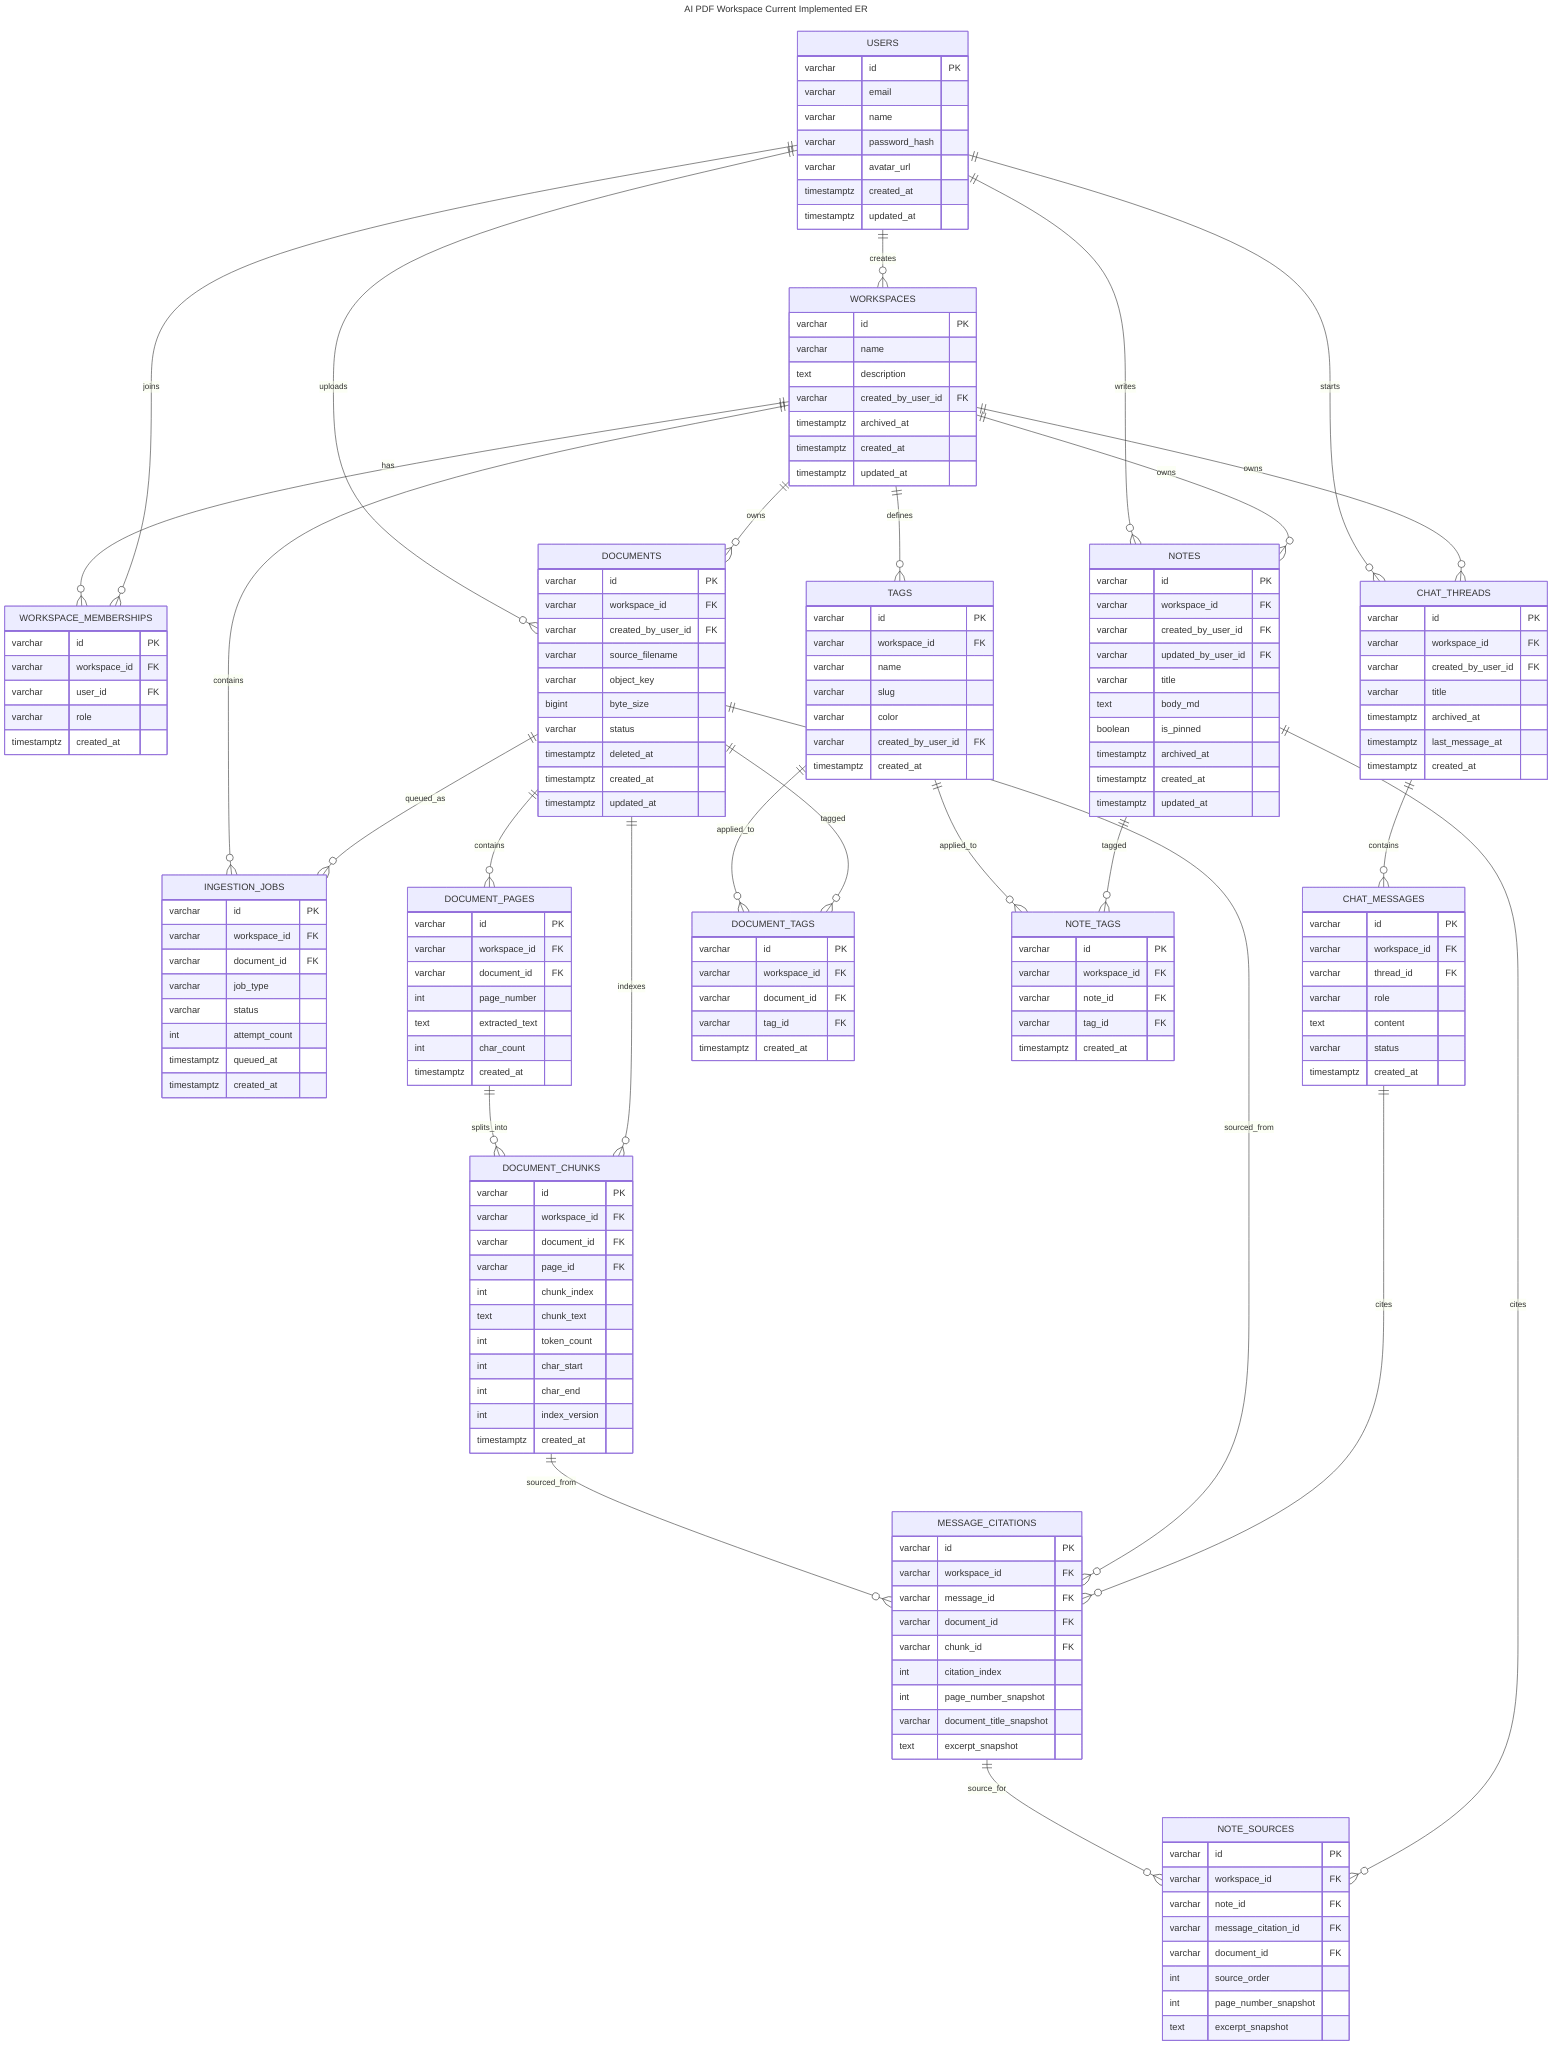
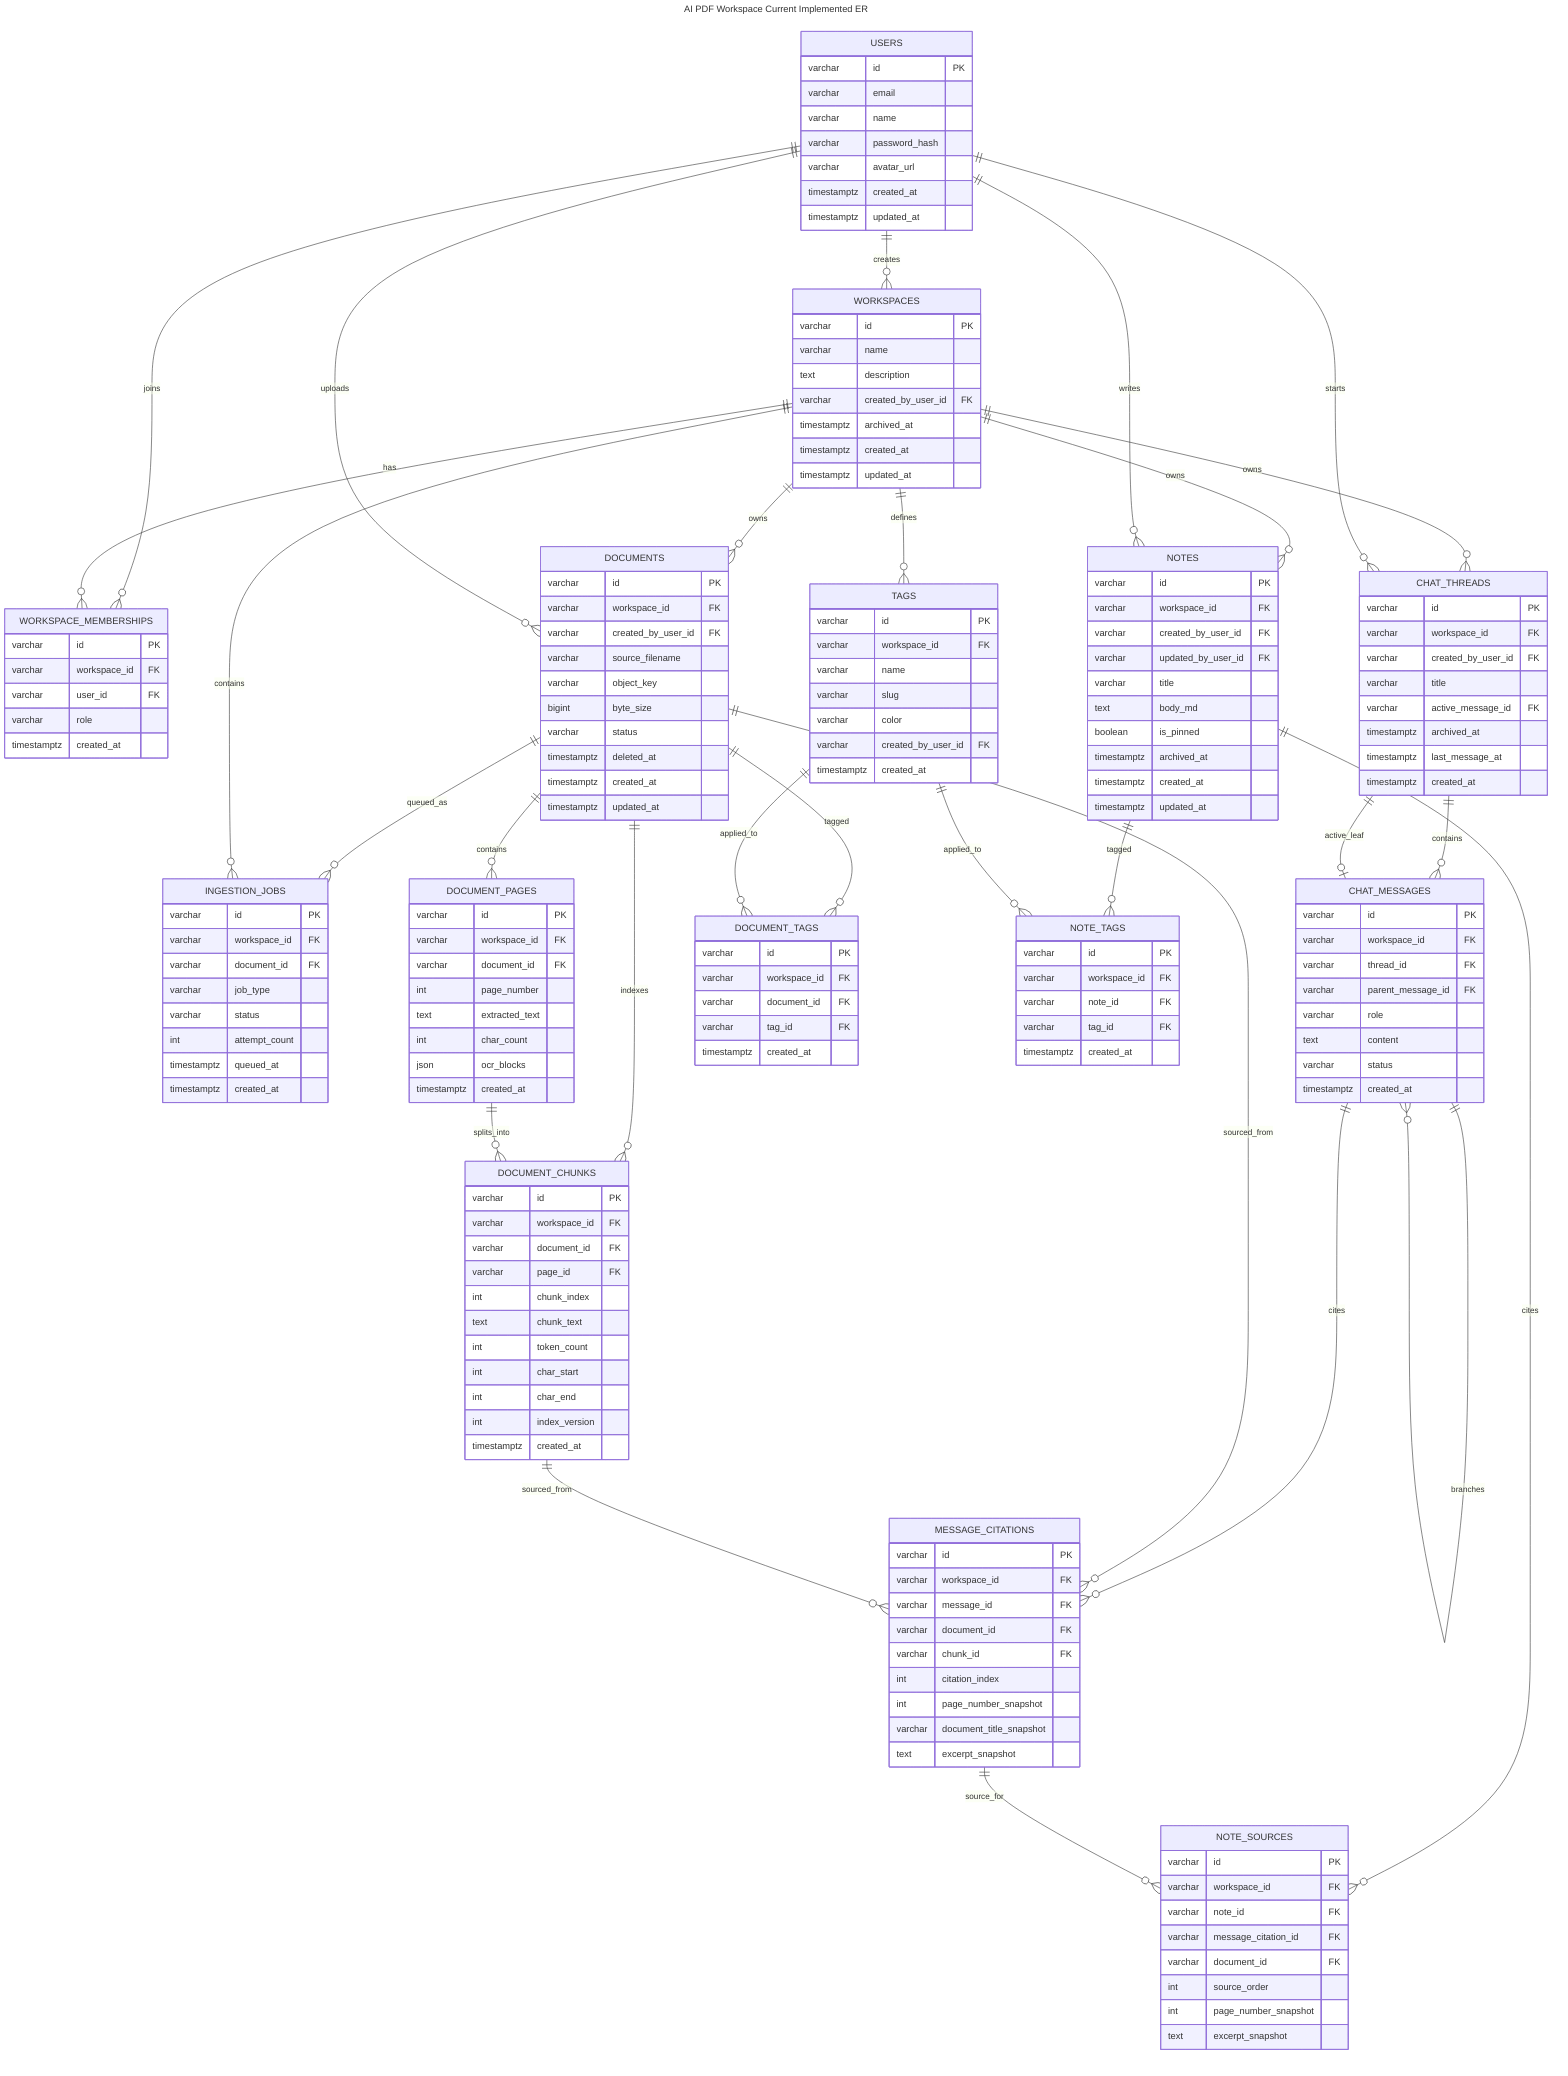
---
title: AI PDF Workspace Current Implemented ER
---
erDiagram
    USERS {
        varchar id PK
        varchar email
        varchar name
        varchar password_hash
        varchar avatar_url
        timestamptz created_at
        timestamptz updated_at
    }

    WORKSPACES {
        varchar id PK
        varchar name
        text description
        varchar created_by_user_id FK
        timestamptz archived_at
        timestamptz created_at
        timestamptz updated_at
    }

    WORKSPACE_MEMBERSHIPS {
        varchar id PK
        varchar workspace_id FK
        varchar user_id FK
        varchar role
        timestamptz created_at
    }

    DOCUMENTS {
        varchar id PK
        varchar workspace_id FK
        varchar created_by_user_id FK
        varchar source_filename
        varchar object_key
        bigint byte_size
        varchar status
        timestamptz deleted_at
        timestamptz created_at
        timestamptz updated_at
    }

    INGESTION_JOBS {
        varchar id PK
        varchar workspace_id FK
        varchar document_id FK
        varchar job_type
        varchar status
        int attempt_count
        timestamptz queued_at
        timestamptz created_at
    }

    DOCUMENT_PAGES {
        varchar id PK
        varchar workspace_id FK
        varchar document_id FK
        int page_number
        text extracted_text
        int char_count
+         json ocr_blocks
        timestamptz created_at
    }

    DOCUMENT_CHUNKS {
        varchar id PK
        varchar workspace_id FK
        varchar document_id FK
        varchar page_id FK
        int chunk_index
        text chunk_text
        int token_count
        int char_start
        int char_end
        int index_version
        timestamptz created_at
    }

    CHAT_THREADS {
        varchar id PK
        varchar workspace_id FK
        varchar created_by_user_id FK
        varchar title
+         varchar active_message_id FK
        timestamptz archived_at
        timestamptz last_message_at
        timestamptz created_at
    }

    CHAT_MESSAGES {
        varchar id PK
        varchar workspace_id FK
        varchar thread_id FK
+         varchar parent_message_id FK
        varchar role
        text content
        varchar status
        timestamptz created_at
    }

    MESSAGE_CITATIONS {
        varchar id PK
        varchar workspace_id FK
        varchar message_id FK
        varchar document_id FK
        varchar chunk_id FK
        int citation_index
        int page_number_snapshot
        varchar document_title_snapshot
        text excerpt_snapshot
    }

    NOTES {
        varchar id PK
        varchar workspace_id FK
        varchar created_by_user_id FK
        varchar updated_by_user_id FK
        varchar title
        text body_md
        boolean is_pinned
        timestamptz archived_at
        timestamptz created_at
        timestamptz updated_at
    }

    NOTE_SOURCES {
        varchar id PK
        varchar workspace_id FK
        varchar note_id FK
        varchar message_citation_id FK
        varchar document_id FK
        int source_order
        int page_number_snapshot
        text excerpt_snapshot
    }

    TAGS {
        varchar id PK
        varchar workspace_id FK
        varchar name
        varchar slug
        varchar color
        varchar created_by_user_id FK
        timestamptz created_at
    }

    DOCUMENT_TAGS {
        varchar id PK
        varchar workspace_id FK
        varchar document_id FK
        varchar tag_id FK
        timestamptz created_at
    }

    NOTE_TAGS {
        varchar id PK
        varchar workspace_id FK
        varchar note_id FK
        varchar tag_id FK
        timestamptz created_at
    }

    USERS ||--o{ WORKSPACES : creates
    USERS ||--o{ WORKSPACE_MEMBERSHIPS : joins
    WORKSPACES ||--o{ WORKSPACE_MEMBERSHIPS : has
    WORKSPACES ||--o{ DOCUMENTS : owns
    USERS ||--o{ DOCUMENTS : uploads
    DOCUMENTS ||--o{ INGESTION_JOBS : queued_as
    DOCUMENTS ||--o{ DOCUMENT_PAGES : contains
    DOCUMENTS ||--o{ DOCUMENT_CHUNKS : indexes
    DOCUMENT_PAGES ||--o{ DOCUMENT_CHUNKS : splits_into
    WORKSPACES ||--o{ INGESTION_JOBS : contains
    WORKSPACES ||--o{ CHAT_THREADS : owns
    USERS ||--o{ CHAT_THREADS : starts
    CHAT_THREADS ||--o{ CHAT_MESSAGES : contains
+     CHAT_THREADS ||--o| CHAT_MESSAGES : active_leaf
+     CHAT_MESSAGES ||--o{ CHAT_MESSAGES : branches
    CHAT_MESSAGES ||--o{ MESSAGE_CITATIONS : cites
    DOCUMENTS ||--o{ MESSAGE_CITATIONS : sourced_from
    DOCUMENT_CHUNKS ||--o{ MESSAGE_CITATIONS : sourced_from
    WORKSPACES ||--o{ NOTES : owns
    USERS ||--o{ NOTES : writes
    NOTES ||--o{ NOTE_SOURCES : cites
    MESSAGE_CITATIONS ||--o{ NOTE_SOURCES : source_for
    WORKSPACES ||--o{ TAGS : defines
    DOCUMENTS ||--o{ DOCUMENT_TAGS : tagged
    TAGS ||--o{ DOCUMENT_TAGS : applied_to
    NOTES ||--o{ NOTE_TAGS : tagged
    TAGS ||--o{ NOTE_TAGS : applied_to
